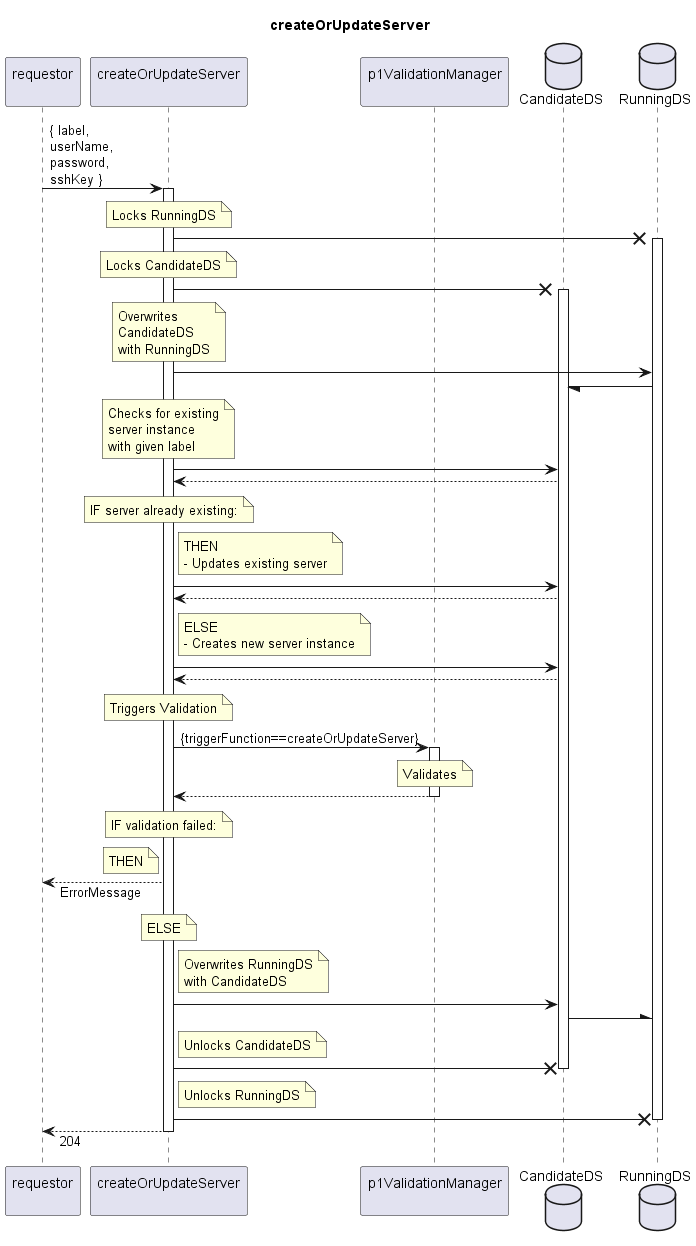
Before: spec/Services/createOrUpdateServer/1.0.0/createOrUpdateServer.png, a diagram exported from PlantUML (openBackhaul/FirmWareManager).
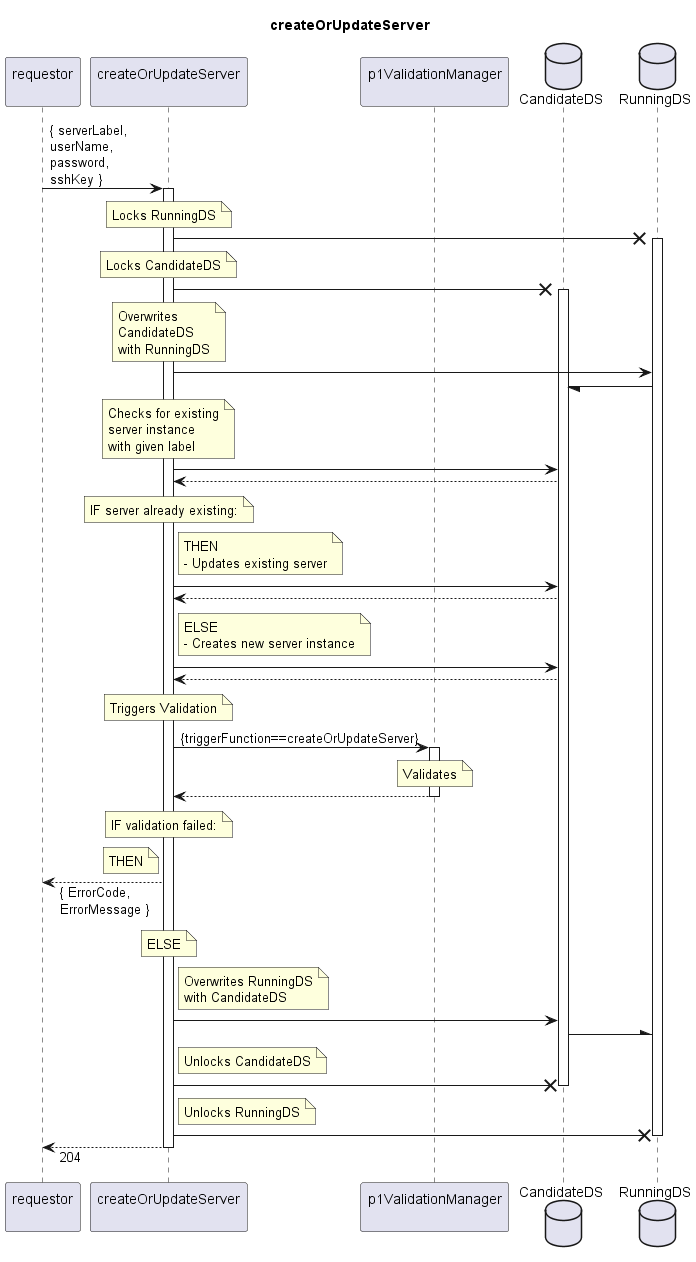
After the commit.

What changed in the source:
```diff
@@ -11,7 +11,7 @@
 database "CandidateDS" as CanDS
 database "RunningDS" as RunDS
 
-requestor -> couServer: { label,\nuserName,\npassword,\nsshKey }
+requestor -> couServer: { serverLabel,\nuserName,\npassword,\nsshKey }
 activate couServer
 
   note over couServer
@@ -71,7 +71,7 @@
   note left couServer
     THEN
   end note
-  requestor <-- couServer: ErrorMessage
+  requestor <-- couServer: { ErrorCode,\nErrorMessage }
   note over couServer
     ELSE
   end note
```
